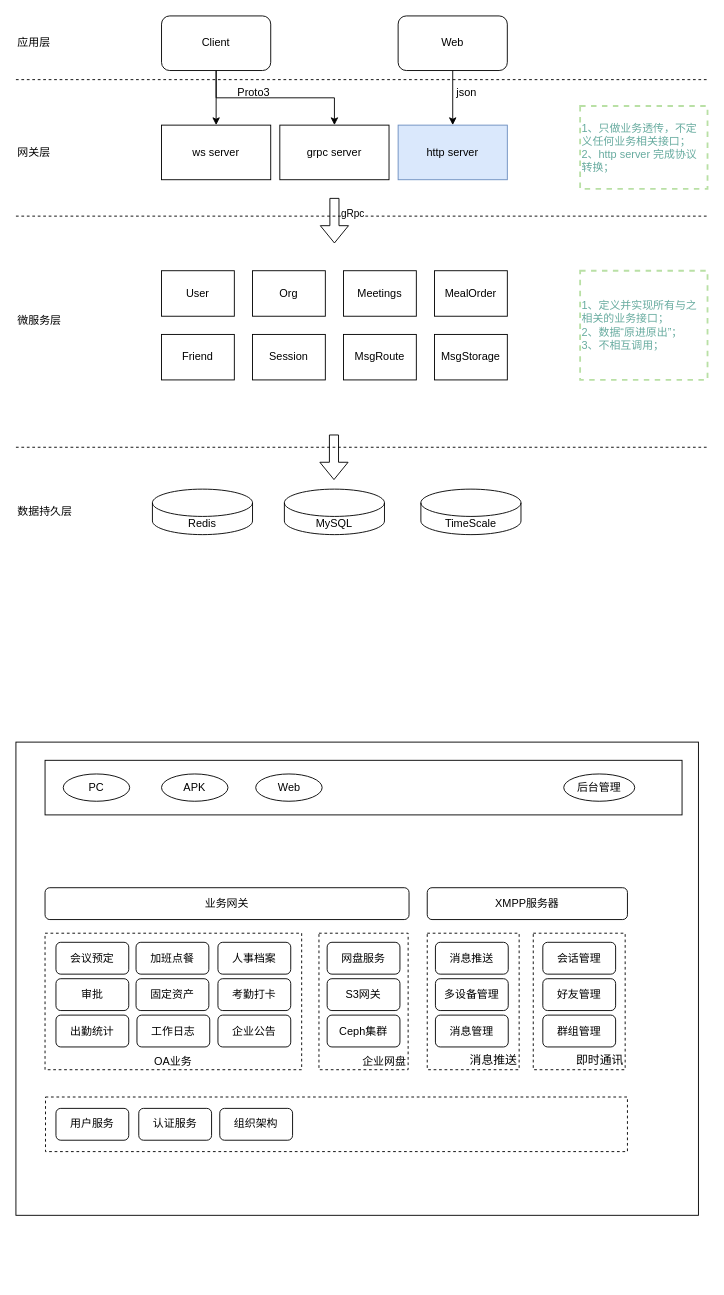
The draw.io diagram page "OA架构图" (3 of 4) of StreamOA架构设计.drawio in zebra-min/my-design, before the edit. Source tidied: cells renumbered, new cells numbered last; positions are measured from the earlier drawing's top-left corner, leaving out a move shared by most shapes. Both pictures are drawn from the tidied source at 91%, with x=0, y=0 at pixel (15, 15).
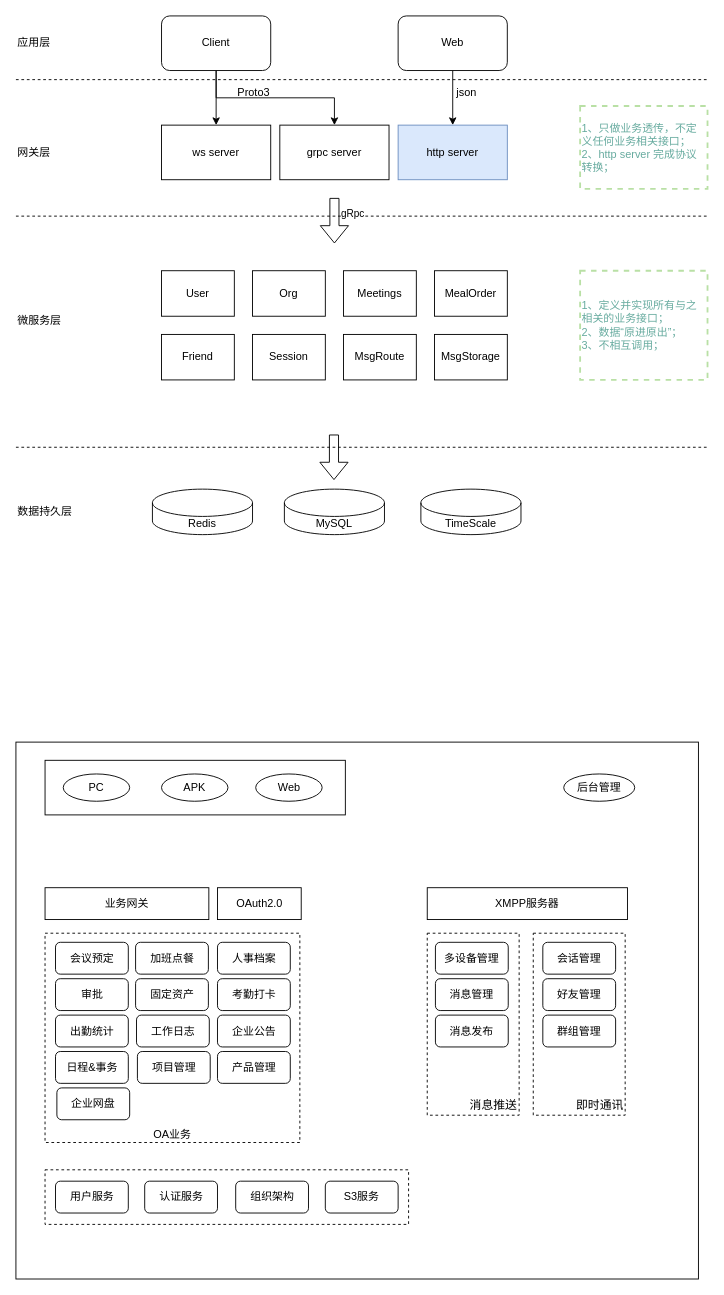
After the change.

Commit message:
更新StreamOA架构设计.drawio

The edit, as a diff of the source:
```diff
@@
     <mxCell id="35" style="rounded=0;whiteSpace=wrap;html=1;" parent="1" vertex="1">
-      <mxGeometry y="798" width="750" height="520" as="geometry" />
+      <mxGeometry y="798" width="750" height="590" as="geometry" />
     </mxCell>
     <mxCell id="36" style="rounded=0;whiteSpace=wrap;html=1;" parent="1" vertex="1">
-      <mxGeometry x="32" y="818" width="700" height="60" as="geometry" />
+      <mxGeometry x="32" y="818" width="330" height="60" as="geometry" />
     </mxCell>
@@
     <mxCell id="40" value="OA业务" style="rounded=0;whiteSpace=wrap;html=1;fillStyle=auto;dashed=1;fillColor=none;verticalAlign=bottom;align=center;" parent="1" vertex="1">
-      <mxGeometry x="32" y="1008" width="282" height="150" as="geometry" />
+      <mxGeometry x="32" y="1008" width="280" height="230" as="geometry" />
     </mxCell>
-    <mxCell id="41" value="业务网关" style="rounded=1;whiteSpace=wrap;html=1;" parent="1" vertex="1">
-      <mxGeometry x="32" y="958" width="400" height="35" as="geometry" />
+    <mxCell id="41" value="业务网关" style="rounded=0;whiteSpace=wrap;html=1;" parent="1" vertex="1">
+      <mxGeometry x="32" y="958" width="180" height="35" as="geometry" />
     </mxCell>
-    <mxCell id="42" value="XMPP服务器" style="rounded=1;whiteSpace=wrap;html=1;" parent="1" vertex="1">
+    <mxCell id="42" value="XMPP服务器" style="rounded=0;whiteSpace=wrap;html=1;" parent="1" vertex="1">
       <mxGeometry x="452" y="958" width="220" height="35" as="geometry" />
     </mxCell>
@@
     <mxCell id="44" value="会议预定" style="rounded=1;whiteSpace=wrap;html=1;" parent="1" vertex="1">
-      <mxGeometry x="44" y="1018" width="80" height="35" as="geometry" />
+      <mxGeometry x="43.5" y="1018" width="80" height="35" as="geometry" />
     </mxCell>
     <mxCell id="45" value="加班点餐" style="rounded=1;whiteSpace=wrap;html=1;" parent="1" vertex="1">
-      <mxGeometry x="132" y="1018" width="80" height="35" as="geometry" />
+      <mxGeometry x="131.5" y="1018" width="80" height="35" as="geometry" />
     </mxCell>
     <mxCell id="46" value="人事档案" style="rounded=1;whiteSpace=wrap;html=1;" parent="1" vertex="1">
-      <mxGeometry x="222" y="1018" width="80" height="35" as="geometry" />
+      <mxGeometry x="221.5" y="1018" width="80" height="35" as="geometry" />
     </mxCell>
     <mxCell id="47" value="审批" style="rounded=1;whiteSpace=wrap;html=1;" parent="1" vertex="1">
-      <mxGeometry x="44" y="1058" width="80" height="35" as="geometry" />
+      <mxGeometry x="43.5" y="1058" width="80" height="35" as="geometry" />
     </mxCell>
     <mxCell id="48" value="固定资产" style="rounded=1;whiteSpace=wrap;html=1;" parent="1" vertex="1">
-      <mxGeometry x="132" y="1058" width="80" height="35" as="geometry" />
+      <mxGeometry x="131.5" y="1058" width="80" height="35" as="geometry" />
     </mxCell>
     <mxCell id="49" value="考勤打卡" style="rounded=1;whiteSpace=wrap;html=1;" parent="1" vertex="1">
-      <mxGeometry x="222" y="1058" width="80" height="35" as="geometry" />
+      <mxGeometry x="221.5" y="1058" width="80" height="35" as="geometry" />
     </mxCell>
     <mxCell id="50" value="企业公告" style="rounded=1;whiteSpace=wrap;html=1;" parent="1" vertex="1">
-      <mxGeometry x="222" y="1098" width="80" height="35" as="geometry" />
+      <mxGeometry x="221.5" y="1098" width="80" height="35" as="geometry" />
     </mxCell>
     <mxCell id="51" value="出勤统计" style="rounded=1;whiteSpace=wrap;html=1;" parent="1" vertex="1">
-      <mxGeometry x="44" y="1098" width="80" height="35" as="geometry" />
+      <mxGeometry x="43.5" y="1098" width="80" height="35" as="geometry" />
     </mxCell>
     <mxCell id="52" value="工作日志" style="rounded=1;whiteSpace=wrap;html=1;" parent="1" vertex="1">
-      <mxGeometry x="133" y="1098" width="80" height="35" as="geometry" />
+      <mxGeometry x="132.5" y="1098" width="80" height="35" as="geometry" />
     </mxCell>
     <mxCell id="53" style="rounded=0;whiteSpace=wrap;html=1;fillStyle=auto;dashed=1;fillColor=none;" parent="1" vertex="1">
-      <mxGeometry x="32.5" y="1188" width="639.5" height="60" as="geometry" />
+      <mxGeometry x="32" y="1268" width="399.5" height="60" as="geometry" />
     </mxCell>
     <mxCell id="54" value="用户服务" style="rounded=1;whiteSpace=wrap;html=1;" parent="1" vertex="1">
-      <mxGeometry x="44" y="1200.5" width="80" height="35" as="geometry" />
+      <mxGeometry x="43.5" y="1280.5" width="80" height="35" as="geometry" />
     </mxCell>
     <mxCell id="55" value="认证服务" style="rounded=1;whiteSpace=wrap;html=1;" parent="1" vertex="1">
-      <mxGeometry x="135" y="1200.5" width="80" height="35" as="geometry" />
+      <mxGeometry x="141.5" y="1280.5" width="80" height="35" as="geometry" />
     </mxCell>
     <mxCell id="56" value="组织架构" style="rounded=1;whiteSpace=wrap;html=1;" parent="1" vertex="1">
-      <mxGeometry x="224" y="1200.5" width="80" height="35" as="geometry" />
+      <mxGeometry x="241.5" y="1280.5" width="80" height="35" as="geometry" />
     </mxCell>
-    <mxCell id="57" value="企业网盘" style="rounded=0;whiteSpace=wrap;html=1;fillStyle=auto;dashed=1;fillColor=none;verticalAlign=bottom;align=right;" parent="1" vertex="1">
-      <mxGeometry x="333" y="1008" width="98" height="150" as="geometry" />
-    </mxCell>
-    <mxCell id="58" value="网盘服务" style="rounded=1;whiteSpace=wrap;html=1;" parent="1" vertex="1">
-      <mxGeometry x="342" y="1018" width="80" height="35" as="geometry" />
-    </mxCell>
-    <mxCell id="59" value="S3网关" style="rounded=1;whiteSpace=wrap;html=1;" parent="1" vertex="1">
-      <mxGeometry x="342" y="1058" width="80" height="35" as="geometry" />
+    <mxCell id="59" value="S3服务" style="rounded=1;whiteSpace=wrap;html=1;" parent="1" vertex="1">
+      <mxGeometry x="340" y="1280.5" width="80" height="35" as="geometry" />
     </mxCell>
-    <mxCell id="60" value="Ceph集群" style="rounded=1;whiteSpace=wrap;html=1;" parent="1" vertex="1">
-      <mxGeometry x="342" y="1098" width="80" height="35" as="geometry" />
-    </mxCell>
     <mxCell id="61" value="消息推送" style="rounded=0;whiteSpace=wrap;html=1;fillStyle=auto;dashed=1;fillColor=none;verticalAlign=bottom;align=right;fontFamily=Helvetica;fontSize=13;" parent="1" vertex="1">
-      <mxGeometry x="452" y="1008" width="101" height="150" as="geometry" />
+      <mxGeometry x="452" y="1008" width="101" height="200" as="geometry" />
     </mxCell>
-    <mxCell id="62" value="消息推送" style="rounded=1;whiteSpace=wrap;html=1;" parent="1" vertex="1">
+    <mxCell id="62" value="多设备管理" style="rounded=1;whiteSpace=wrap;html=1;" parent="1" vertex="1">
       <mxGeometry x="461" y="1018" width="80" height="35" as="geometry" />
     </mxCell>
-    <mxCell id="63" value="多设备管理" style="rounded=1;whiteSpace=wrap;html=1;" parent="1" vertex="1">
+    <mxCell id="63" value="消息管理" style="rounded=1;whiteSpace=wrap;html=1;" parent="1" vertex="1">
       <mxGeometry x="461" y="1058" width="80" height="35" as="geometry" />
     </mxCell>
-    <mxCell id="64" value="消息管理" style="rounded=1;whiteSpace=wrap;html=1;" parent="1" vertex="1">
+    <mxCell id="64" value="消息发布" style="rounded=1;whiteSpace=wrap;html=1;" parent="1" vertex="1">
       <mxGeometry x="461" y="1098" width="80" height="35" as="geometry" />
     </mxCell>
     <mxCell id="65" value="即时通讯" style="rounded=0;whiteSpace=wrap;html=1;fillStyle=auto;dashed=1;fillColor=none;verticalAlign=bottom;align=right;fontFamily=Helvetica;fontSize=13;" parent="1" vertex="1">
-      <mxGeometry x="568.5" y="1008" width="101" height="150" as="geometry" />
+      <mxGeometry x="568.5" y="1008" width="101" height="200" as="geometry" />
     </mxCell>
@@
+    <mxCell id="69" value="OAuth2.0" style="rounded=0;whiteSpace=wrap;html=1;" parent="1" vertex="1">
+      <mxGeometry x="221.5" y="958" width="92" height="35" as="geometry" />
+    </mxCell>
+    <mxCell id="70" value="日程&amp;amp;事务" style="rounded=1;whiteSpace=wrap;html=1;" parent="1" vertex="1">
+      <mxGeometry x="43.5" y="1138" width="80" height="35" as="geometry" />
+    </mxCell>
+    <mxCell id="71" value="项目管理" style="rounded=1;whiteSpace=wrap;html=1;" parent="1" vertex="1">
+      <mxGeometry x="133.5" y="1138" width="80" height="35" as="geometry" />
+    </mxCell>
+    <mxCell id="72" value="产品管理" style="rounded=1;whiteSpace=wrap;html=1;" parent="1" vertex="1">
+      <mxGeometry x="221.5" y="1138" width="80" height="35" as="geometry" />
+    </mxCell>
+    <mxCell id="57" value="企业网盘" style="rounded=1;whiteSpace=wrap;html=1;" parent="1" vertex="1">
+      <mxGeometry x="45" y="1178" width="80" height="35" as="geometry" />
+    </mxCell>
```
